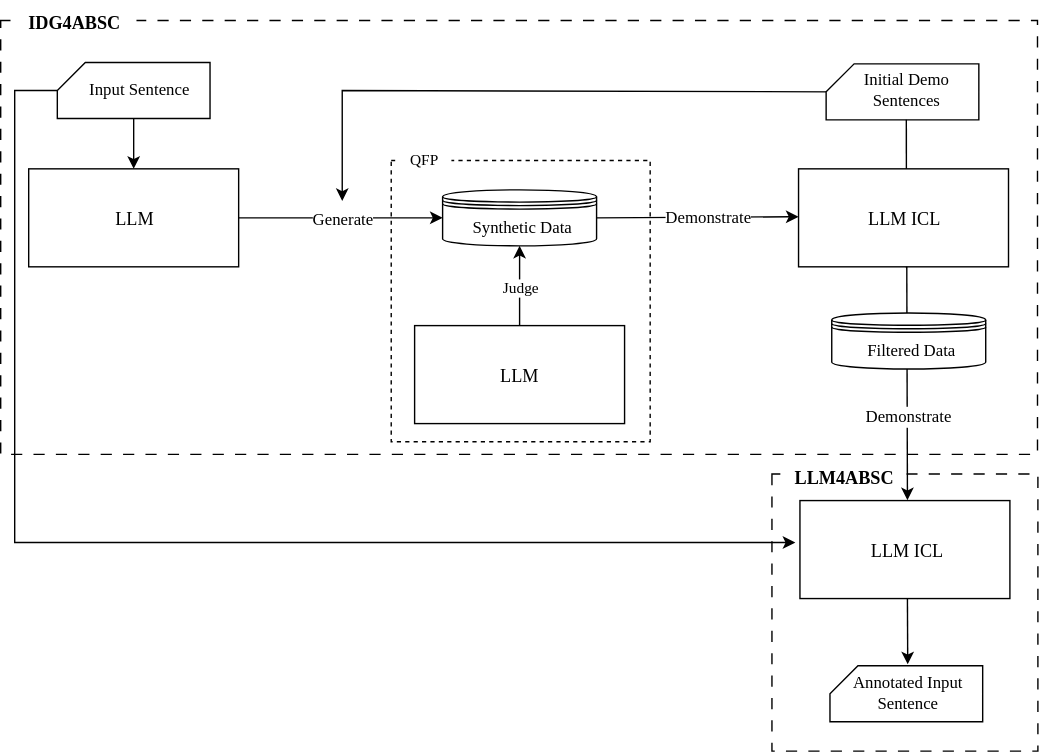
This is drawio/flowcharts/LLMB4ABSC_flowchart.drawio.svg from sara-kaczmarek/LLMB4ABSC, a draw.io export, as it was before one commit. Source tidied: cells renumbered, new cells last; positions are measured from the earlier drawing's top-left corner, leaving out a move shared by most shapes.
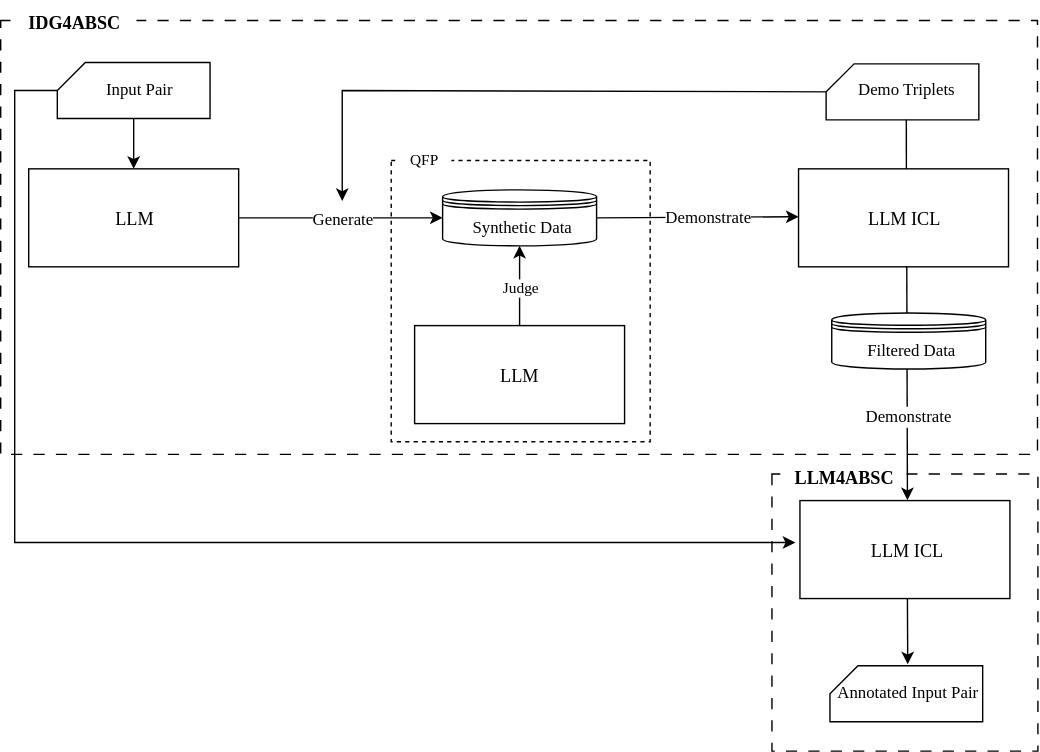
The same file after the commit.

What changed in the source:
```diff
@@ -36,7 +36,7 @@
     <mxCell id="9" style="verticalLabelPosition=bottom;verticalAlign=top;html=1;shape=card;whiteSpace=wrap;size=20;arcSize=12;" parent="8" vertex="1">
       <mxGeometry x="4.9" y="10" width="109.1" height="40" as="geometry" />
     </mxCell>
-    <mxCell id="10" value="&lt;font face=&quot;Times New Roman&quot;&gt;Initial&amp;nbsp;&lt;/font&gt;&lt;span style=&quot;font-family: &amp;quot;Times New Roman&amp;quot;; background-color: transparent; color: light-dark(rgb(0, 0, 0), rgb(255, 255, 255));&quot;&gt;Demo Sentences&lt;/span&gt;" style="text;strokeColor=none;align=center;fillColor=none;html=1;verticalAlign=middle;whiteSpace=wrap;rounded=0;" parent="8" vertex="1">
+    <mxCell id="10" value="&lt;span style=&quot;font-family: &amp;quot;Times New Roman&amp;quot;; background-color: transparent; color: light-dark(rgb(0, 0, 0), rgb(255, 255, 255));&quot;&gt;Demo Triplets&lt;/span&gt;" style="text;strokeColor=none;align=center;fillColor=none;html=1;verticalAlign=middle;whiteSpace=wrap;rounded=0;" parent="8" vertex="1">
       <mxGeometry x="10" y="13" width="104" height="30" as="geometry" />
     </mxCell>
     <mxCell id="11" style="endArrow=none;html=1;rounded=0;exitX=0.514;exitY=0.996;exitDx=0;exitDy=0;exitPerimeter=0;endFill=0;" parent="8" edge="1">
@@ -69,7 +69,7 @@
     <mxCell id="19" style="verticalLabelPosition=bottom;verticalAlign=top;html=1;shape=card;whiteSpace=wrap;size=20;arcSize=12;" parent="18" vertex="1">
       <mxGeometry x="0.5" y="10" width="109.1" height="40" as="geometry" />
     </mxCell>
-    <mxCell id="20" value="&lt;font face=&quot;Times New Roman&quot;&gt;Input Sentence&lt;/font&gt;" style="text;strokeColor=none;align=center;fillColor=none;html=1;verticalAlign=middle;whiteSpace=wrap;rounded=0;" parent="18" vertex="1">
+    <mxCell id="20" value="&lt;font face=&quot;Times New Roman&quot;&gt;Input Pair&lt;/font&gt;" style="text;strokeColor=none;align=center;fillColor=none;html=1;verticalAlign=middle;whiteSpace=wrap;rounded=0;" parent="18" vertex="1">
       <mxGeometry x="7" y="14" width="104" height="30" as="geometry" />
     </mxCell>
     <mxCell id="21" style="endArrow=classic;html=1;rounded=0;exitX=0.5;exitY=1;exitDx=0;exitDy=0;exitPerimeter=0;entryX=0.5;entryY=0;entryDx=0;entryDy=0;" parent="1" edge="1" source="19" target="13">
@@ -118,7 +118,7 @@
     <mxCell id="33" style="verticalLabelPosition=bottom;verticalAlign=top;html=1;shape=card;whiteSpace=wrap;size=20;arcSize=12;" parent="32" vertex="1">
       <mxGeometry x="6.5" y="11" width="109.1" height="40" as="geometry" />
     </mxCell>
-    <mxCell id="34" value="&lt;font face=&quot;Times New Roman&quot;&gt;Annotated Input Sentence&lt;/font&gt;" style="text;strokeColor=none;align=center;fillColor=none;html=1;verticalAlign=middle;whiteSpace=wrap;rounded=0;" parent="32" vertex="1">
+    <mxCell id="34" value="&lt;font face=&quot;Times New Roman&quot;&gt;Annotated Input Pair&lt;/font&gt;" style="text;strokeColor=none;align=center;fillColor=none;html=1;verticalAlign=middle;whiteSpace=wrap;rounded=0;" parent="32" vertex="1">
       <mxGeometry x="10" y="15" width="104" height="30" as="geometry" />
     </mxCell>
     <mxCell id="35" style="endArrow=classic;html=1;rounded=0;entryX=0;entryY=0.5;entryDx=0;entryDy=0;exitX=0;exitY=0;exitDx=0;exitDy=20;exitPerimeter=0;" parent="1" edge="1" source="19">
```
